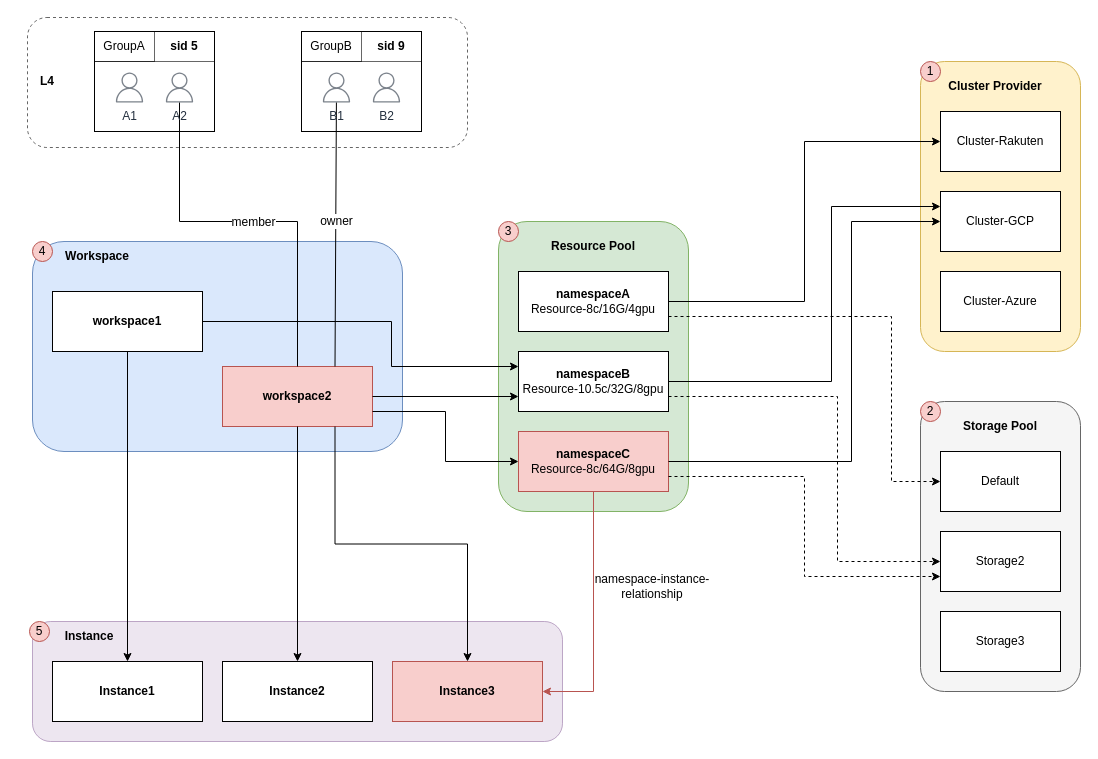
Above: page "component relationship" (2 of 9) of Resource_Pool2.drawio in LiuJin1203/graph (draw.io), before the change. Source tidied: cells renumbered, new cells numbered last; positions are measured from the earlier drawing's top-left corner, leaving out a move shared by most shapes. Both pictures are drawn from the tidied source at 100%, with x=0, y=0 at pixel (17, 17).
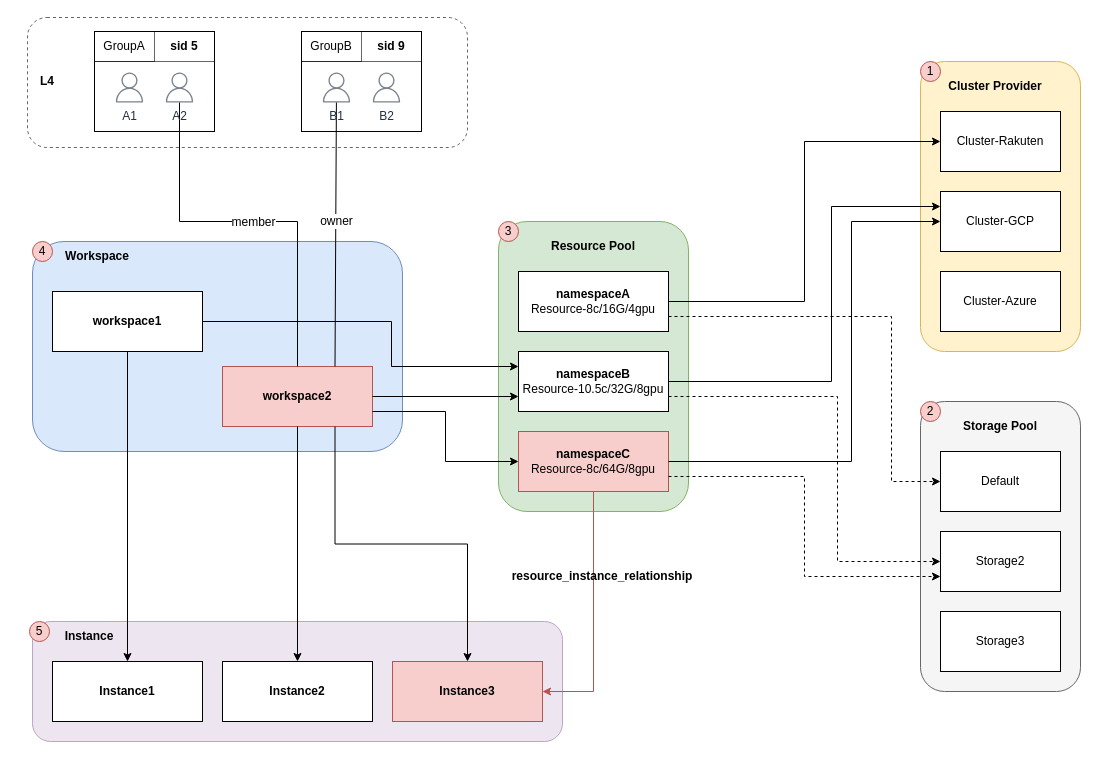
The same diagram, later.

Change to the diagram source:
```diff
@@
-    <mxCell id="68" value="namespace-instance-relationship" style="text;html=1;strokeColor=none;fillColor=none;align=center;verticalAlign=middle;whiteSpace=wrap;rounded=0;fontSize=12;opacity=60;" parent="1" vertex="1">
-      <mxGeometry x="570" y="554" width="130" height="30" as="geometry" />
+    <mxCell id="68" value="&lt;span style=&quot;font-weight: 700;&quot;&gt;resource_instance_relationship&lt;/span&gt;" style="text;html=1;strokeColor=none;fillColor=none;align=center;verticalAlign=middle;whiteSpace=wrap;rounded=0;fontSize=12;opacity=60;" parent="1" vertex="1">
+      <mxGeometry x="520" y="544" width="130" height="30" as="geometry" />
     </mxCell>
```
